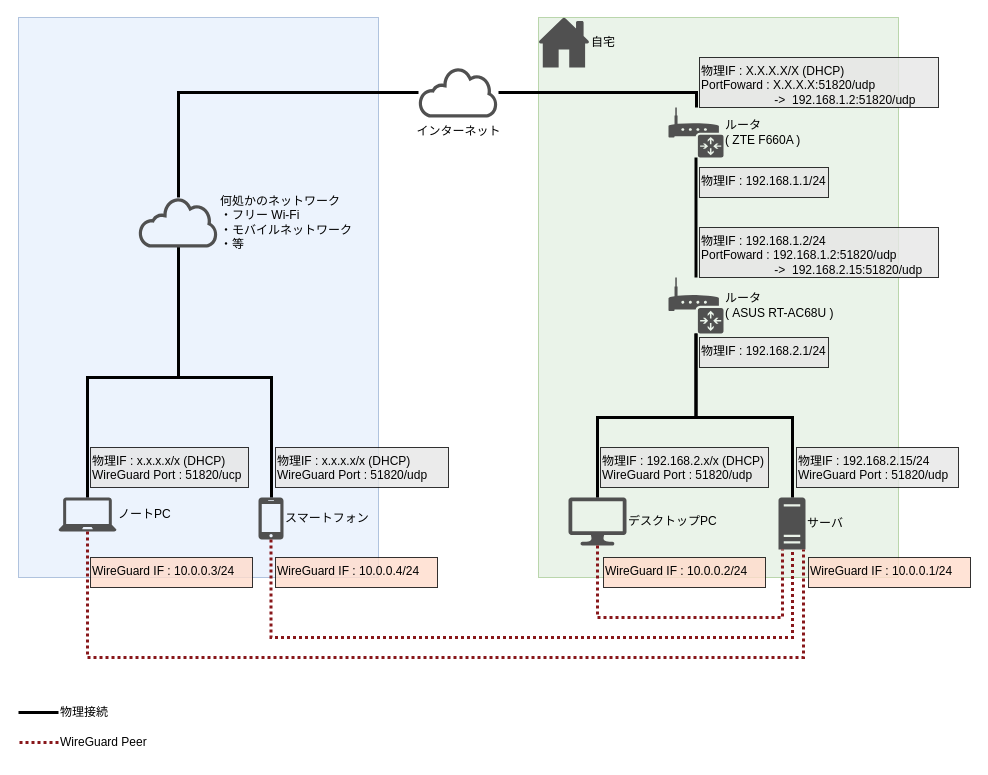
Above: posts/2023/02/12/configure-wireguard-based-on-nmcli/resources/configure-wireguard-based-on-nmcli.drawio in goshida/blog-public (draw.io), before the change. Source tidied: cells renumbered, new cells numbered last; positions are measured from the earlier drawing's top-left corner, leaving out a move shared by most shapes. Both pictures are drawn from the tidied source at 100%, with x=0, y=0 at pixel (18, 17).
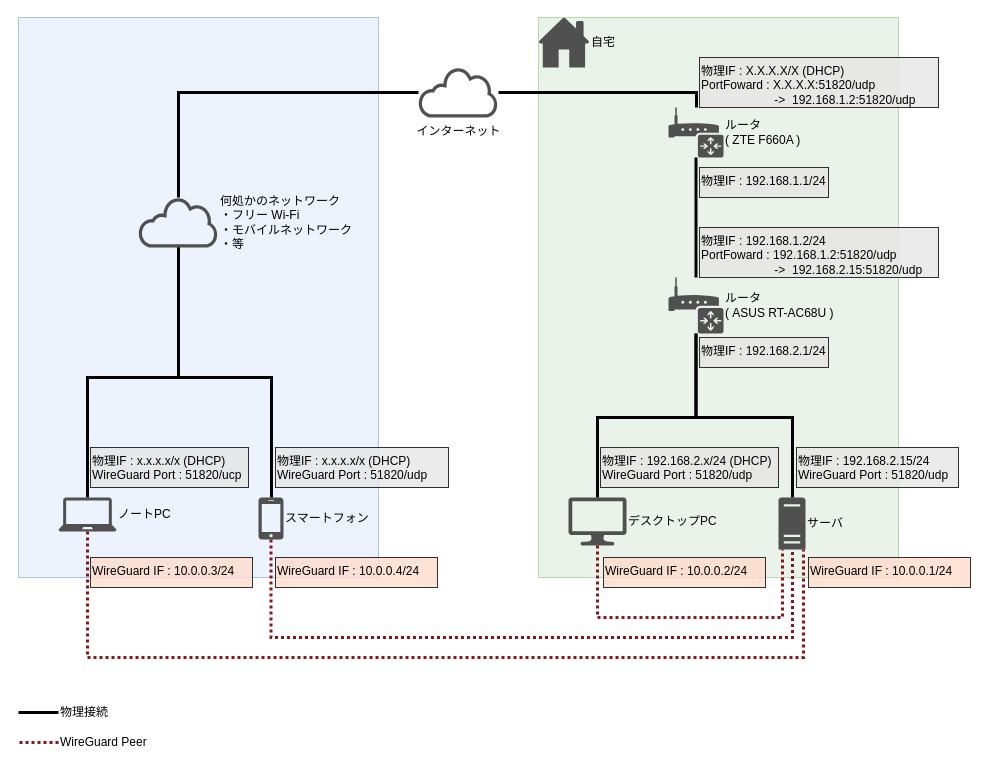
Above is the later version.

Change to the diagram source:
```diff
@@
-    <mxCell id="30" value="物理IF : 192.168.2.x/x (DHCP)&lt;br&gt;WireGuard Port : 51820/udp" style="text;html=1;strokeColor=default;fillColor=#E6E6E6;align=left;verticalAlign=top;whiteSpace=wrap;rounded=0;opacity=80;" parent="28" vertex="1">
-      <mxGeometry x="582" y="430" width="168" height="40" as="geometry" />
+    <mxCell id="30" value="物理IF : 192.168.2.x/24 (DHCP)&lt;br&gt;WireGuard Port : 51820/udp" style="text;html=1;strokeColor=default;fillColor=#E6E6E6;align=left;verticalAlign=top;whiteSpace=wrap;rounded=0;opacity=80;" parent="28" vertex="1">
+      <mxGeometry x="582" y="430" width="178" height="40" as="geometry" />
     </mxCell>
```
